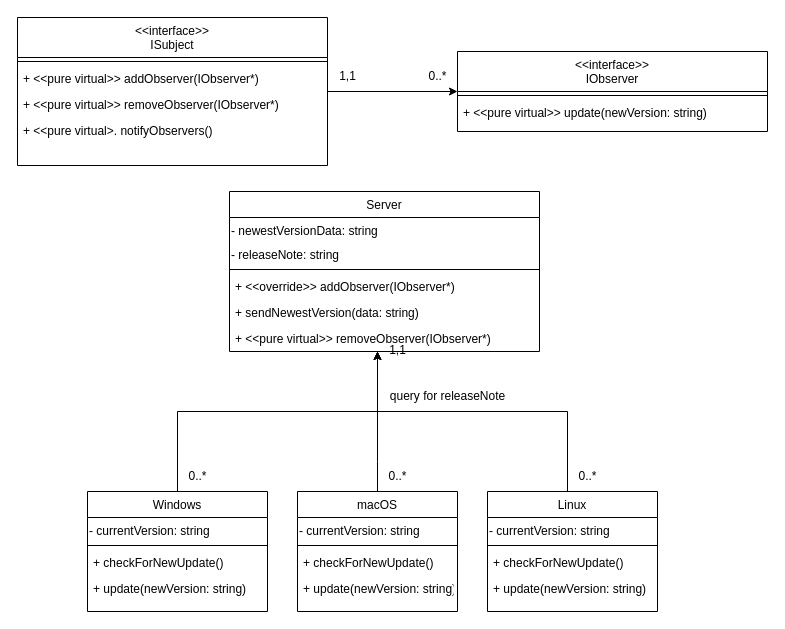
Before: OOP_TH_W2_Line_class_diagram.drawio in CatHuyuH24/CatHuyuH24, a draw.io diagram. Source tidied: cells renumbered, new cells numbered last; positions are measured from the earlier drawing's top-left corner, leaving out a move shared by most shapes. Both pictures are drawn from the tidied source at 100%, with x=0, y=0 at pixel (17, 17).
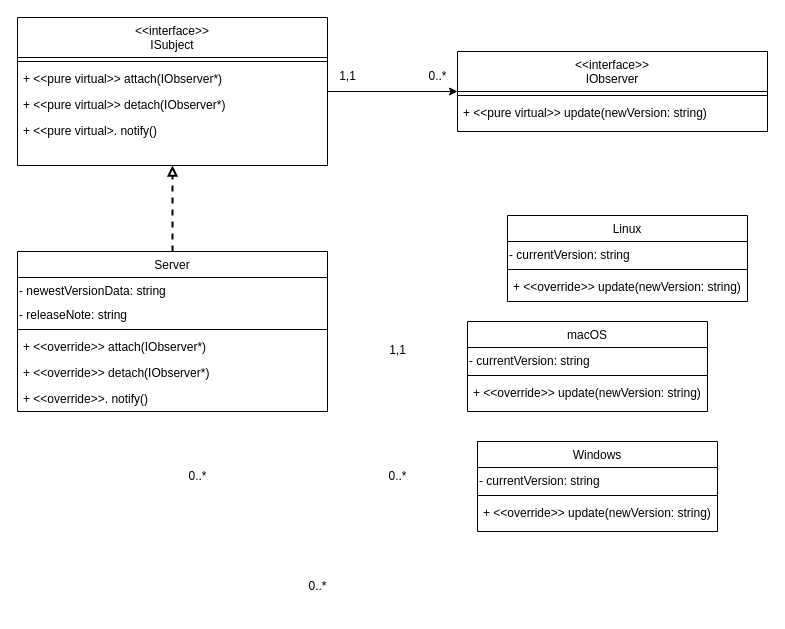
After the change.

Unchanged cells that the change refers to:
```xml
<mxCell id="33" value="&lt;&lt;interface&gt;&gt;&#10;ISubject" style="swimlane;fontStyle=0;align=center;verticalAlign=top;horizontal=1;startSize=40;rounded=0;shadow=0;strokeWidth=1;" parent="1" vertex="1">
  <mxGeometry width="310" height="148" as="geometry" />
</mxCell>
```

What changed in the source:
```diff
@@
+    <mxCell id="43" style="edgeStyle=orthogonalEdgeStyle;rounded=0;jettySize=auto;html=1;strokeWidth=2;dashed=1;endArrow=block;endFill=0;" parent="1" edge="1" source="2" target="33">
+      <mxGeometry relative="1" as="geometry" />
+    </mxCell>
     <mxCell id="2" value="Server" style="swimlane;fontStyle=0;align=center;verticalAlign=top;horizontal=1;startSize=26;rounded=0;shadow=0;strokeWidth=1;" parent="1" vertex="1">
-      <mxGeometry x="212" y="174" width="310" height="160" as="geometry" />
+      <mxGeometry y="234" width="310" height="160" as="geometry" />
     </mxCell>
@@
-    <mxCell id="6" value="+ &lt;&lt;override&gt;&gt; addObserver(IObserver*)" style="text;align=left;verticalAlign=top;spacingLeft=4;spacingRight=4;overflow=hidden;" parent="2" vertex="1">
+    <mxCell id="6" value="+ &lt;&lt;override&gt;&gt; attach(IObserver*)" style="text;align=left;verticalAlign=top;spacingLeft=4;spacingRight=4;overflow=hidden;" parent="2" vertex="1">
       <mxGeometry y="82" width="310" height="26" as="geometry" />
     </mxCell>
-    <mxCell id="7" value="+ sendNewestVersion(data: string)" style="text;align=left;verticalAlign=top;spacingLeft=4;spacingRight=4;overflow=hidden;" parent="2" vertex="1">
-      <mxGeometry y="108" width="310" height="26" as="geometry" />
-    </mxCell>
-    <mxCell id="8" value="+ &lt;&lt;pure virtual&gt;&gt; removeObserver(IObserver*)" style="text;align=left;verticalAlign=top;spacingLeft=4;spacingRight=4;overflow=hidden;" parent="2" vertex="1">
-      <mxGeometry y="134" width="310" height="26" as="geometry" />
+    <mxCell id="8" value="+ &lt;&lt;override&gt;&gt; detach(IObserver*)" style="text;align=left;verticalAlign=top;spacingLeft=4;spacingRight=4;overflow=hidden;" parent="2" vertex="1">
+      <mxGeometry y="108" width="310" height="26" as="geometry" />
     </mxCell>
+    <mxCell id="44" value="+ &lt;&lt;override&gt;&gt;. notify()" style="text;align=left;verticalAlign=top;spacingLeft=4;spacingRight=4;overflow=hidden;" parent="2" vertex="1">
+      <mxGeometry y="134" width="310" height="26" as="geometry" />
+    </mxCell>
@@
-    <mxCell id="10" style="edgeStyle=orthogonalEdgeStyle;rounded=0;jettySize=auto;html=1;" parent="1" edge="1" source="11" target="2">
-      <mxGeometry relative="1" as="geometry">
-        <Array as="points">
-          <mxPoint x="160" y="394" />
-          <mxPoint x="360" y="394" />
-        </Array>
-      </mxGeometry>
-    </mxCell>
     <mxCell id="11" value="Windows" style="swimlane;fontStyle=0;align=center;verticalAlign=top;horizontal=1;startSize=26;rounded=0;shadow=0;strokeWidth=1;" parent="1" vertex="1">
-      <mxGeometry x="70" y="474" width="180" height="120" as="geometry" />
+      <mxGeometry x="460" y="424" width="240" height="90" as="geometry" />
     </mxCell>
     <mxCell id="12" value="- currentVersion: string" style="text;whiteSpace=wrap;html=1;" parent="11" vertex="1">
-      <mxGeometry y="26" width="180" height="24" as="geometry" />
+      <mxGeometry y="26" width="240" height="24" as="geometry" />
     </mxCell>
     <mxCell id="13" style="line;html=1;strokeWidth=1;align=left;verticalAlign=middle;spacingTop=-1;spacingLeft=3;spacingRight=3;labelPosition=right;" parent="11" vertex="1">
-      <mxGeometry y="50" width="180" height="8" as="geometry" />
+      <mxGeometry y="50" width="240" height="8" as="geometry" />
     </mxCell>
-    <mxCell id="14" value="+ checkForNewUpdate()" style="text;align=left;verticalAlign=top;spacingLeft=4;spacingRight=4;overflow=hidden;" parent="11" vertex="1">
-      <mxGeometry y="58" width="180" height="26" as="geometry" />
-    </mxCell>
-    <mxCell id="15" value="+ update(newVersion: string)" style="text;align=left;verticalAlign=top;spacingLeft=4;spacingRight=4;overflow=hidden;" parent="11" vertex="1">
-      <mxGeometry y="84" width="180" height="26" as="geometry" />
+    <mxCell id="15" value="+ &lt;&lt;override&gt;&gt; update(newVersion: string)" style="text;align=left;verticalAlign=top;spacingLeft=4;spacingRight=4;overflow=hidden;" parent="11" vertex="1">
+      <mxGeometry y="58" width="240" height="26" as="geometry" />
     </mxCell>
-    <mxCell id="16" style="edgeStyle=orthogonalEdgeStyle;rounded=0;jettySize=auto;html=1;" parent="1" edge="1" source="17" target="2">
-      <mxGeometry relative="1" as="geometry">
-        <Array as="points">
-          <mxPoint x="360" y="444" />
-          <mxPoint x="360" y="444" />
-        </Array>
-      </mxGeometry>
-    </mxCell>
     <mxCell id="17" value="macOS" style="swimlane;fontStyle=0;align=center;verticalAlign=top;horizontal=1;startSize=26;rounded=0;shadow=0;strokeWidth=1;" parent="1" vertex="1">
-      <mxGeometry x="280" y="474" width="160" height="120" as="geometry" />
+      <mxGeometry x="450" y="304" width="240" height="90" as="geometry" />
     </mxCell>
     <mxCell id="18" value="- currentVersion: string" style="text;whiteSpace=wrap;html=1;" parent="17" vertex="1">
-      <mxGeometry y="26" width="160" height="24" as="geometry" />
+      <mxGeometry y="26" width="240" height="24" as="geometry" />
     </mxCell>
     <mxCell id="19" style="line;html=1;strokeWidth=1;align=left;verticalAlign=middle;spacingTop=-1;spacingLeft=3;spacingRight=3;labelPosition=right;" parent="17" vertex="1">
-      <mxGeometry y="50" width="160" height="8" as="geometry" />
+      <mxGeometry y="50" width="240" height="8" as="geometry" />
     </mxCell>
-    <mxCell id="20" value="+ checkForNewUpdate()" style="text;align=left;verticalAlign=top;spacingLeft=4;spacingRight=4;overflow=hidden;" parent="17" vertex="1">
-      <mxGeometry y="58" width="160" height="26" as="geometry" />
-    </mxCell>
-    <mxCell id="21" value="+ update(newVersion: string)" style="text;align=left;verticalAlign=top;spacingLeft=4;spacingRight=4;overflow=hidden;" parent="17" vertex="1">
-      <mxGeometry y="84" width="160" height="26" as="geometry" />
-    </mxCell>
-    <mxCell id="22" style="edgeStyle=orthogonalEdgeStyle;rounded=0;jettySize=auto;html=1;" parent="1" edge="1" source="23" target="2">
-      <mxGeometry relative="1" as="geometry">
-        <Array as="points">
-          <mxPoint x="550" y="394" />
-          <mxPoint x="360" y="394" />
-        </Array>
-      </mxGeometry>
-    </mxCell>
+    <mxCell id="45" value="+ &lt;&lt;override&gt;&gt; update(newVersion: string)" style="text;align=left;verticalAlign=top;spacingLeft=4;spacingRight=4;overflow=hidden;" parent="17" vertex="1">
+      <mxGeometry y="58" width="240" height="26" as="geometry" />
+    </mxCell>
     <mxCell id="23" value="Linux" style="swimlane;fontStyle=0;align=center;verticalAlign=top;horizontal=1;startSize=26;rounded=0;shadow=0;strokeWidth=1;" parent="1" vertex="1">
-      <mxGeometry x="470" y="474" width="170" height="120" as="geometry" />
+      <mxGeometry x="490" y="198" width="240" height="86" as="geometry" />
     </mxCell>
     <mxCell id="24" value="- currentVersion: string" style="text;whiteSpace=wrap;html=1;" parent="23" vertex="1">
-      <mxGeometry y="26" width="170" height="24" as="geometry" />
+      <mxGeometry y="26" width="240" height="24" as="geometry" />
     </mxCell>
     <mxCell id="25" style="line;html=1;strokeWidth=1;align=left;verticalAlign=middle;spacingTop=-1;spacingLeft=3;spacingRight=3;labelPosition=right;" parent="23" vertex="1">
-      <mxGeometry y="50" width="170" height="8" as="geometry" />
+      <mxGeometry y="50" width="240" height="8" as="geometry" />
     </mxCell>
-    <mxCell id="26" value="+ checkForNewUpdate()" style="text;align=left;verticalAlign=top;spacingLeft=4;spacingRight=4;overflow=hidden;" parent="23" vertex="1">
-      <mxGeometry y="58" width="170" height="26" as="geometry" />
-    </mxCell>
-    <mxCell id="27" value="+ update(newVersion: string)" style="text;align=left;verticalAlign=top;spacingLeft=4;spacingRight=4;overflow=hidden;" parent="23" vertex="1">
-      <mxGeometry y="84" width="170" height="26" as="geometry" />
-    </mxCell>
-    <mxCell id="28" value="query for releaseNote" style="text;html=1;align=center;verticalAlign=middle;strokeColor=none;fillColor=none;" parent="1" vertex="1">
-      <mxGeometry x="360" y="364" width="140" height="30" as="geometry" />
-    </mxCell>
+    <mxCell id="46" value="+ &lt;&lt;override&gt;&gt; update(newVersion: string)" style="text;align=left;verticalAlign=top;spacingLeft=4;spacingRight=4;overflow=hidden;" parent="23" vertex="1">
+      <mxGeometry y="58" width="240" height="26" as="geometry" />
+    </mxCell>
@@
     <mxCell id="31" value="0..*" style="text;html=1;align=center;verticalAlign=middle;strokeColor=none;fillColor=none;" parent="1" vertex="1">
-      <mxGeometry x="550" y="444" width="40" height="30" as="geometry" />
+      <mxGeometry x="280" y="554" width="40" height="30" as="geometry" />
     </mxCell>
@@
-    <mxCell id="35" value="+ &lt;&lt;pure virtual&gt;&gt; addObserver(IObserver*)" style="text;align=left;verticalAlign=top;spacingLeft=4;spacingRight=4;overflow=hidden;" parent="33" vertex="1">
+    <mxCell id="35" value="+ &lt;&lt;pure virtual&gt;&gt; attach(IObserver*)" style="text;align=left;verticalAlign=top;spacingLeft=4;spacingRight=4;overflow=hidden;" parent="33" vertex="1">
       <mxGeometry y="48" width="310" height="26" as="geometry" />
     </mxCell>
-    <mxCell id="36" value="+ &lt;&lt;pure virtual&gt;&gt; removeObserver(IObserver*)" style="text;align=left;verticalAlign=top;spacingLeft=4;spacingRight=4;overflow=hidden;" parent="33" vertex="1">
+    <mxCell id="36" value="+ &lt;&lt;pure virtual&gt;&gt; detach(IObserver*)" style="text;align=left;verticalAlign=top;spacingLeft=4;spacingRight=4;overflow=hidden;" parent="33" vertex="1">
       <mxGeometry y="74" width="310" height="26" as="geometry" />
     </mxCell>
-    <mxCell id="37" value="+ &lt;&lt;pure virtual&gt;. notifyObservers()" style="text;align=left;verticalAlign=top;spacingLeft=4;spacingRight=4;overflow=hidden;" parent="33" vertex="1">
+    <mxCell id="37" value="+ &lt;&lt;pure virtual&gt;. notify()" style="text;align=left;verticalAlign=top;spacingLeft=4;spacingRight=4;overflow=hidden;" parent="33" vertex="1">
       <mxGeometry y="100" width="310" height="26" as="geometry" />
     </mxCell>
```
